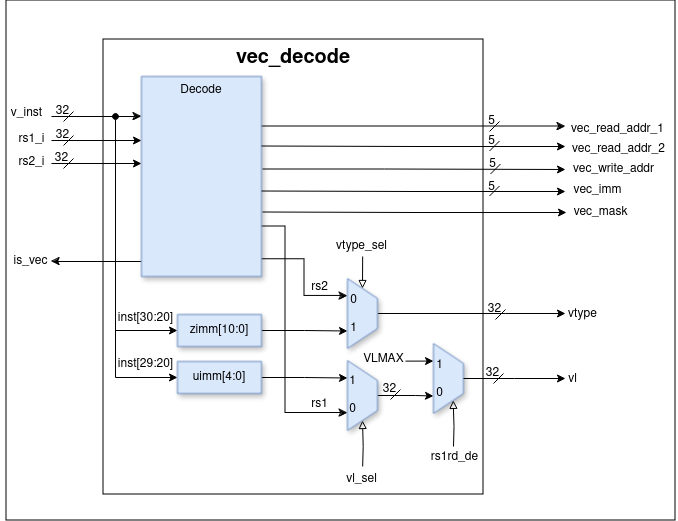
Fazail333/Vector-Co-processor keeps this draw.io diagram as docs/decode-docs/vec-decode.png. Above is the earlier version. Source tidied: cells renumbered, new cells last; positions are measured from the earlier drawing's top-left corner, leaving out a move shared by most shapes.
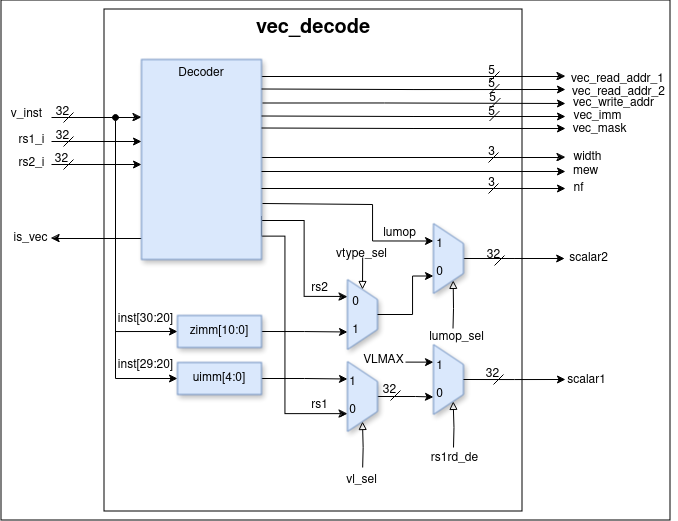
After the commit.

What changed in the source:
```diff
@@ -3,10 +3,10 @@
     <mxCell id="0" />
     <mxCell id="1" parent="0" />
     <mxCell id="2" style="rounded=0;whiteSpace=wrap;html=1;" parent="1" vertex="1">
-      <mxGeometry x="6" width="669" height="520" as="geometry" />
+      <mxGeometry x="1" y="-1" width="669" height="520" as="geometry" />
     </mxCell>
     <mxCell id="3" value="&lt;font style=&quot;font-size: 20px;&quot;&gt;vec_decode&lt;/font&gt;" style="rounded=0;whiteSpace=wrap;html=1;fontSize=20;verticalAlign=top;fontStyle=1;" parent="1" vertex="1">
-      <mxGeometry x="103" y="39" width="380" height="455" as="geometry" />
+      <mxGeometry x="104" y="8" width="418" height="502" as="geometry" />
     </mxCell>
     <mxCell id="4" style="edgeStyle=orthogonalEdgeStyle;rounded=0;orthogonalLoop=1;jettySize=auto;html=1;exitX=0;exitY=0.25;exitDx=0;exitDy=0;entryX=0;entryY=0.25;entryDx=0;entryDy=0;" parent="1" edge="1">
       <mxGeometry relative="1" as="geometry">
@@ -14,106 +14,114 @@
         <mxPoint x="141" y="116" as="targetPoint" />
       </mxGeometry>
     </mxCell>
-    <mxCell id="5" style="edgeStyle=orthogonalEdgeStyle;rounded=0;jettySize=auto;html=1;exitX=1;exitY=0.25;exitDx=0;exitDy=0;" parent="1" edge="1" source="9">
+    <mxCell id="5" style="edgeStyle=orthogonalEdgeStyle;rounded=0;orthogonalLoop=1;jettySize=auto;html=1;exitX=1;exitY=0.25;exitDx=0;exitDy=0;" parent="1" edge="1">
       <mxGeometry relative="1" as="geometry">
-        <mxPoint x="565" y="126" as="targetPoint" />
+        <mxPoint x="261" y="75" as="sourcePoint" />
+        <mxPoint x="565" y="75" as="targetPoint" />
       </mxGeometry>
     </mxCell>
     <mxCell id="6" style="edgeStyle=orthogonalEdgeStyle;rounded=0;orthogonalLoop=1;jettySize=auto;html=1;exitX=0;exitY=0.5;exitDx=0;exitDy=0;" parent="1" edge="1">
       <mxGeometry relative="1" as="geometry">
-        <mxPoint x="141" y="261" as="sourcePoint" />
-        <mxPoint x="51" y="261" as="targetPoint" />
+        <mxPoint x="141" y="237" as="sourcePoint" />
+        <mxPoint x="51" y="237" as="targetPoint" />
       </mxGeometry>
     </mxCell>
-    <mxCell id="7" style="edgeStyle=orthogonalEdgeStyle;rounded=0;jettySize=auto;html=1;exitX=0.994;exitY=0.914;exitDx=0;exitDy=0;entryX=0.25;entryY=1;entryDx=0;entryDy=0;exitPerimeter=0;" parent="1" edge="1" source="9" target="45">
+    <mxCell id="7" style="edgeStyle=orthogonalEdgeStyle;rounded=0;jettySize=auto;html=1;exitX=0.985;exitY=0.808;exitDx=0;exitDy=0;entryX=0.25;entryY=1;entryDx=0;entryDy=0;exitPerimeter=0;" parent="1" edge="1" source="9" target="45">
       <mxGeometry relative="1" as="geometry" />
     </mxCell>
-    <mxCell id="8" style="edgeStyle=orthogonalEdgeStyle;rounded=0;jettySize=auto;html=1;exitX=1;exitY=0.75;exitDx=0;exitDy=0;entryX=0.75;entryY=1;entryDx=0;entryDy=0;" parent="1" edge="1" source="9" target="51">
+    <mxCell id="8" style="edgeStyle=orthogonalEdgeStyle;rounded=0;jettySize=auto;html=1;exitX=1.005;exitY=0.787;exitDx=0;exitDy=0;entryX=0.75;entryY=1;entryDx=0;entryDy=0;exitPerimeter=0;" parent="1" edge="1" source="9" target="51">
       <mxGeometry relative="1" as="geometry">
         <Array as="points">
-          <mxPoint x="285" y="226" />
+          <mxPoint x="262" y="235" />
+          <mxPoint x="285" y="235" />
           <mxPoint x="285" y="412" />
         </Array>
       </mxGeometry>
     </mxCell>
+    <mxCell id="74" style="edgeStyle=orthogonalEdgeStyle;rounded=0;orthogonalLoop=1;jettySize=auto;html=1;exitX=1;exitY=0.75;exitDx=0;exitDy=0;" parent="1" edge="1">
+      <mxGeometry relative="1" as="geometry">
+        <mxPoint x="261" y="156" as="sourcePoint" />
+        <mxPoint x="565" y="156" as="targetPoint" />
+      </mxGeometry>
+    </mxCell>
-    <mxCell id="9" value="Decode" style="rounded=0;whiteSpace=wrap;html=1;verticalAlign=top;fillColor=#dae8fc;strokeColor=#6c8ebf;shadow=1;" parent="1" vertex="1">
-      <mxGeometry x="141" y="76" width="120" height="200" as="geometry" />
+    <mxCell id="9" value="Decoder" style="rounded=0;whiteSpace=wrap;html=1;verticalAlign=top;fillColor=#dae8fc;strokeColor=#6c8ebf;shadow=1;" parent="1" vertex="1">
+      <mxGeometry x="141" y="58" width="120" height="200" as="geometry" />
     </mxCell>
     <mxCell id="10" value="v_inst" style="text;html=1;align=center;verticalAlign=middle;strokeColor=none;fillColor=none;" parent="1" vertex="1">
       <mxGeometry x="1" y="98" width="50" height="30" as="geometry" />
     </mxCell>
     <mxCell id="11" value="vec_read_addr_1" style="text;html=1;align=center;verticalAlign=middle;strokeColor=none;fillColor=none;" parent="1" vertex="1">
-      <mxGeometry x="557" y="114" width="120" height="30" as="geometry" />
+      <mxGeometry x="557" y="63" width="120" height="30" as="geometry" />
     </mxCell>
     <mxCell id="12" style="endArrow=none;html=1;rounded=0;" parent="1" edge="1">
       <mxGeometry relative="1" as="geometry">
-        <mxPoint x="489" y="131" as="sourcePoint" />
-        <mxPoint x="499" y="121" as="targetPoint" />
+        <mxPoint x="489" y="80" as="sourcePoint" />
+        <mxPoint x="499" y="70" as="targetPoint" />
       </mxGeometry>
     </mxCell>
     <mxCell id="13" value="5" style="text;html=1;align=center;verticalAlign=middle;strokeColor=none;fillColor=none;" parent="1" vertex="1">
-      <mxGeometry x="476" y="106" width="30" height="30" as="geometry" />
+      <mxGeometry x="476" y="55" width="30" height="30" as="geometry" />
     </mxCell>
     <mxCell id="14" style="edgeStyle=orthogonalEdgeStyle;rounded=0;orthogonalLoop=1;jettySize=auto;html=1;exitX=1;exitY=0.25;exitDx=0;exitDy=0;" parent="1" edge="1">
       <mxGeometry relative="1" as="geometry">
-        <mxPoint x="261" y="145.5" as="sourcePoint" />
-        <mxPoint x="565" y="146" as="targetPoint" />
+        <mxPoint x="261" y="87.5" as="sourcePoint" />
+        <mxPoint x="565" y="88" as="targetPoint" />
       </mxGeometry>
     </mxCell>
     <mxCell id="15" value="vec_read_addr_2" style="text;html=1;align=center;verticalAlign=middle;strokeColor=none;fillColor=none;" parent="1" vertex="1">
-      <mxGeometry x="558" y="134" width="120" height="30" as="geometry" />
+      <mxGeometry x="558" y="76" width="120" height="30" as="geometry" />
     </mxCell>
     <mxCell id="16" style="endArrow=none;html=1;rounded=0;" parent="1" edge="1">
       <mxGeometry relative="1" as="geometry">
-        <mxPoint x="489" y="150.5" as="sourcePoint" />
-        <mxPoint x="499" y="140.5" as="targetPoint" />
+        <mxPoint x="489" y="92.5" as="sourcePoint" />
+        <mxPoint x="499" y="82.5" as="targetPoint" />
       </mxGeometry>
     </mxCell>
     <mxCell id="17" value="5" style="text;html=1;align=center;verticalAlign=middle;strokeColor=none;fillColor=none;" parent="1" vertex="1">
-      <mxGeometry x="476" y="125.5" width="30" height="30" as="geometry" />
+      <mxGeometry x="476" y="67.5" width="30" height="30" as="geometry" />
     </mxCell>
     <mxCell id="18" style="edgeStyle=orthogonalEdgeStyle;rounded=0;orthogonalLoop=1;jettySize=auto;html=1;exitX=1;exitY=0.25;exitDx=0;exitDy=0;" parent="1" edge="1">
       <mxGeometry relative="1" as="geometry">
-        <mxPoint x="262" y="168.5" as="sourcePoint" />
-        <mxPoint x="565" y="169" as="targetPoint" />
+        <mxPoint x="262" y="101.5" as="sourcePoint" />
+        <mxPoint x="565" y="102" as="targetPoint" />
         <Array as="points">
-          <mxPoint x="384" y="169" />
-          <mxPoint x="505" y="169" />
+          <mxPoint x="384" y="102" />
+          <mxPoint x="505" y="102" />
         </Array>
       </mxGeometry>
     </mxCell>
     <mxCell id="19" value="vec_write_addr" style="text;html=1;align=center;verticalAlign=middle;strokeColor=none;fillColor=none;" parent="1" vertex="1">
-      <mxGeometry x="563" y="153.5" width="100" height="30" as="geometry" />
+      <mxGeometry x="563" y="86.5" width="100" height="30" as="geometry" />
     </mxCell>
     <mxCell id="20" style="endArrow=none;html=1;rounded=0;" parent="1" edge="1">
       <mxGeometry relative="1" as="geometry">
-        <mxPoint x="490" y="173.5" as="sourcePoint" />
-        <mxPoint x="500" y="163.5" as="targetPoint" />
+        <mxPoint x="490" y="106.5" as="sourcePoint" />
+        <mxPoint x="500" y="96.5" as="targetPoint" />
       </mxGeometry>
     </mxCell>
     <mxCell id="21" value="5" style="text;html=1;align=center;verticalAlign=middle;strokeColor=none;fillColor=none;" parent="1" vertex="1">
-      <mxGeometry x="477" y="148.5" width="30" height="30" as="geometry" />
+      <mxGeometry x="477" y="81.5" width="30" height="30" as="geometry" />
     </mxCell>
     <mxCell id="22" style="edgeStyle=orthogonalEdgeStyle;rounded=0;orthogonalLoop=1;jettySize=auto;html=1;exitX=1;exitY=0.25;exitDx=0;exitDy=0;" parent="1" edge="1">
       <mxGeometry relative="1" as="geometry">
-        <mxPoint x="261" y="190.5" as="sourcePoint" />
-        <mxPoint x="565" y="191" as="targetPoint" />
+        <mxPoint x="261" y="114.5" as="sourcePoint" />
+        <mxPoint x="565" y="115" as="targetPoint" />
       </mxGeometry>
     </mxCell>
     <mxCell id="23" value="vec_imm" style="text;html=1;align=center;verticalAlign=middle;strokeColor=none;fillColor=none;" parent="1" vertex="1">
-      <mxGeometry x="562" y="174.5" width="70" height="30" as="geometry" />
+      <mxGeometry x="562" y="99.5" width="70" height="30" as="geometry" />
     </mxCell>
     <mxCell id="24" style="endArrow=none;html=1;rounded=0;" parent="1" edge="1">
       <mxGeometry relative="1" as="geometry">
-        <mxPoint x="489" y="195.5" as="sourcePoint" />
-        <mxPoint x="499" y="185.5" as="targetPoint" />
+        <mxPoint x="489" y="119.5" as="sourcePoint" />
+        <mxPoint x="499" y="109.5" as="targetPoint" />
       </mxGeometry>
     </mxCell>
     <mxCell id="25" value="5" style="text;html=1;align=center;verticalAlign=middle;strokeColor=none;fillColor=none;" parent="1" vertex="1">
-      <mxGeometry x="476" y="171.5" width="30" height="30" as="geometry" />
+      <mxGeometry x="476" y="95.5" width="30" height="30" as="geometry" />
     </mxCell>
     <mxCell id="26" value="is_vec" style="text;html=1;align=center;verticalAlign=middle;strokeColor=none;fillColor=none;" parent="1" vertex="1">
-      <mxGeometry y="246" width="60" height="30" as="geometry" />
+      <mxGeometry y="222" width="60" height="30" as="geometry" />
     </mxCell>
     <mxCell id="27" style="endArrow=none;html=1;rounded=0;" parent="1" edge="1">
       <mxGeometry relative="1" as="geometry">
@@ -188,15 +196,6 @@
     <mxCell id="42" value="&lt;div&gt;uimm[4:0]&lt;/div&gt;" style="rounded=0;whiteSpace=wrap;html=1;fillColor=#dae8fc;strokeColor=#6c8ebf;shadow=1;" parent="1" vertex="1">
       <mxGeometry x="177" y="361" width="84" height="32" as="geometry" />
     </mxCell>
-    <mxCell id="43" style="edgeStyle=orthogonalEdgeStyle;rounded=0;jettySize=auto;html=1;exitX=0.5;exitY=0;exitDx=0;exitDy=0;" parent="1" edge="1" source="45">
-      <mxGeometry relative="1" as="geometry">
-        <mxPoint x="565" y="313" as="targetPoint" />
-        <Array as="points">
-          <mxPoint x="505" y="313" />
-          <mxPoint x="505" y="313" />
-        </Array>
-      </mxGeometry>
-    </mxCell>
     <mxCell id="44" style="edgeStyle=orthogonalEdgeStyle;rounded=0;jettySize=auto;html=1;exitX=0;exitY=0.5;exitDx=0;exitDy=0;entryX=0;entryY=0.5;entryDx=0;entryDy=0;endArrow=block;endFill=0;" parent="1" edge="1" target="45">
       <mxGeometry relative="1" as="geometry">
         <mxPoint x="362.2" y="256" as="sourcePoint" />
@@ -210,12 +209,12 @@
     </mxCell>
     <mxCell id="47" style="endArrow=none;html=1;rounded=0;" parent="1" edge="1">
       <mxGeometry relative="1" as="geometry">
-        <mxPoint x="495" y="319" as="sourcePoint" />
-        <mxPoint x="505" y="309" as="targetPoint" />
+        <mxPoint x="494" y="264" as="sourcePoint" />
+        <mxPoint x="504" y="254" as="targetPoint" />
       </mxGeometry>
     </mxCell>
     <mxCell id="48" value="&lt;div&gt;32&lt;/div&gt;" style="text;html=1;align=center;verticalAlign=middle;strokeColor=none;fillColor=none;" parent="1" vertex="1">
-      <mxGeometry x="474" y="294" width="40" height="30" as="geometry" />
+      <mxGeometry x="473" y="239" width="40" height="30" as="geometry" />
     </mxCell>
     <mxCell id="49" style="edgeStyle=orthogonalEdgeStyle;rounded=0;jettySize=auto;html=1;exitX=0.5;exitY=0;exitDx=0;exitDy=0;entryX=0.75;entryY=1;entryDx=0;entryDy=0;" parent="1" edge="1" source="51" target="61">
       <mxGeometry relative="1" as="geometry">
@@ -246,7 +245,7 @@
       <mxGeometry x="299" y="389" width="40" height="30" as="geometry" />
     </mxCell>
     <mxCell id="55" value="vtype_sel" style="text;html=1;align=center;verticalAlign=middle;strokeColor=none;fillColor=none;" parent="1" vertex="1">
-      <mxGeometry x="326" y="231" width="70" height="30" as="geometry" />
+      <mxGeometry x="326" y="238" width="70" height="30" as="geometry" />
     </mxCell>
     <mxCell id="56" value="vl_sel" style="text;html=1;align=center;verticalAlign=middle;strokeColor=none;fillColor=none;" parent="1" vertex="1">
       <mxGeometry x="336" y="464" width="50" height="30" as="geometry" />
@@ -287,17 +286,14 @@
     <mxCell id="66" value="&lt;div&gt;1&lt;/div&gt;&lt;div&gt;&lt;br&gt;&lt;/div&gt;&lt;div&gt;0&lt;br&gt;&lt;/div&gt;" style="text;html=1;align=center;verticalAlign=middle;strokeColor=none;fillColor=none;" parent="1" vertex="1">
       <mxGeometry x="337" y="365" width="30" height="60" as="geometry" />
     </mxCell>
-    <mxCell id="67" value="&lt;div&gt;0&lt;/div&gt;&lt;div&gt;&lt;br&gt;&lt;/div&gt;&lt;div&gt;1&lt;br&gt;&lt;/div&gt;" style="text;html=1;align=center;verticalAlign=middle;strokeColor=none;fillColor=none;" parent="1" vertex="1">
-      <mxGeometry x="338" y="284" width="30" height="60" as="geometry" />
-    </mxCell>
     <mxCell id="68" style="edgeStyle=orthogonalEdgeStyle;rounded=0;orthogonalLoop=1;jettySize=auto;html=1;exitX=1;exitY=0.25;exitDx=0;exitDy=0;" parent="1" edge="1">
       <mxGeometry relative="1" as="geometry">
-        <mxPoint x="262" y="211.5" as="sourcePoint" />
-        <mxPoint x="566" y="212" as="targetPoint" />
+        <mxPoint x="261" y="126.5" as="sourcePoint" />
+        <mxPoint x="565" y="127" as="targetPoint" />
       </mxGeometry>
     </mxCell>
     <mxCell id="69" value="vec_mask" style="text;html=1;align=center;verticalAlign=middle;strokeColor=none;fillColor=none;" parent="1" vertex="1">
-      <mxGeometry x="560" y="197" width="80" height="30" as="geometry" />
+      <mxGeometry x="559" y="113" width="80" height="30" as="geometry" />
     </mxCell>
     <mxCell id="70" style="endArrow=none;html=1;rounded=0;" parent="1" edge="1">
       <mxGeometry relative="1" as="geometry">
@@ -308,11 +304,93 @@
     <mxCell id="71" value="&lt;div&gt;32&lt;/div&gt;" style="text;html=1;align=center;verticalAlign=middle;strokeColor=none;fillColor=none;" parent="1" vertex="1">
       <mxGeometry x="472" y="358" width="40" height="30" as="geometry" />
     </mxCell>
-    <mxCell id="72" value="vtype" style="text;html=1;align=center;verticalAlign=middle;strokeColor=none;fillColor=none;" parent="1" vertex="1">
-      <mxGeometry x="557" y="299" width="50" height="30" as="geometry" />
+    <mxCell id="72" value="&lt;div&gt;scalar2&lt;/div&gt;" style="text;html=1;align=center;verticalAlign=middle;strokeColor=none;fillColor=none;" parent="1" vertex="1">
+      <mxGeometry x="558" y="242" width="60" height="30" as="geometry" />
     </mxCell>
-    <mxCell id="73" value="vl" style="text;html=1;align=center;verticalAlign=middle;strokeColor=none;fillColor=none;" parent="1" vertex="1">
-      <mxGeometry x="557" y="364" width="30" height="30" as="geometry" />
+    <mxCell id="73" value="scalar1" style="text;html=1;align=center;verticalAlign=middle;strokeColor=none;fillColor=none;" parent="1" vertex="1">
+      <mxGeometry x="556" y="364" width="60" height="30" as="geometry" />
     </mxCell>
+    <mxCell id="75" value="lumop" style="text;html=1;align=center;verticalAlign=middle;strokeColor=none;fillColor=none;" parent="1" vertex="1">
+      <mxGeometry x="369" y="217" width="60" height="30" as="geometry" />
+    </mxCell>
+    <mxCell id="76" value="width" style="text;html=1;align=center;verticalAlign=middle;strokeColor=none;fillColor=none;" parent="1" vertex="1">
+      <mxGeometry x="564" y="143" width="46" height="26" as="geometry" />
+    </mxCell>
+    <mxCell id="77" style="edgeStyle=orthogonalEdgeStyle;rounded=0;orthogonalLoop=1;jettySize=auto;html=1;exitX=1;exitY=0.75;exitDx=0;exitDy=0;" parent="1" edge="1">
+      <mxGeometry relative="1" as="geometry">
+        <mxPoint x="261" y="170" as="sourcePoint" />
+        <mxPoint x="565" y="170" as="targetPoint" />
+      </mxGeometry>
+    </mxCell>
+    <mxCell id="78" value="mew" style="text;html=1;align=center;verticalAlign=middle;strokeColor=none;fillColor=none;" parent="1" vertex="1">
+      <mxGeometry x="563" y="157" width="43" height="26" as="geometry" />
+    </mxCell>
+    <mxCell id="79" style="endArrow=none;html=1;rounded=0;" parent="1" edge="1">
+      <mxGeometry relative="1" as="geometry">
+        <mxPoint x="488" y="161" as="sourcePoint" />
+        <mxPoint x="498" y="151" as="targetPoint" />
+      </mxGeometry>
+    </mxCell>
+    <mxCell id="80" value="3" style="text;html=1;align=center;verticalAlign=middle;strokeColor=none;fillColor=none;" parent="1" vertex="1">
+      <mxGeometry x="478" y="138" width="25" height="26" as="geometry" />
+    </mxCell>
+    <mxCell id="81" style="edgeStyle=orthogonalEdgeStyle;rounded=0;orthogonalLoop=1;jettySize=auto;html=1;exitX=1;exitY=0.75;exitDx=0;exitDy=0;" parent="1" edge="1">
+      <mxGeometry relative="1" as="geometry">
+        <mxPoint x="261" y="187" as="sourcePoint" />
+        <mxPoint x="565" y="187" as="targetPoint" />
+      </mxGeometry>
+    </mxCell>
+    <mxCell id="82" value="nf" style="text;html=1;align=center;verticalAlign=middle;strokeColor=none;fillColor=none;" parent="1" vertex="1">
+      <mxGeometry x="564" y="174" width="28" height="26" as="geometry" />
+    </mxCell>
+    <mxCell id="83" style="endArrow=none;html=1;rounded=0;" parent="1" edge="1">
+      <mxGeometry relative="1" as="geometry">
+        <mxPoint x="488" y="192" as="sourcePoint" />
+        <mxPoint x="498" y="182" as="targetPoint" />
+      </mxGeometry>
+    </mxCell>
+    <mxCell id="84" value="3" style="text;html=1;align=center;verticalAlign=middle;strokeColor=none;fillColor=none;" parent="1" vertex="1">
+      <mxGeometry x="478" y="169" width="25" height="26" as="geometry" />
+    </mxCell>
+    <mxCell id="85" style="edgeStyle=orthogonalEdgeStyle;rounded=0;jettySize=auto;html=1;exitX=1;exitY=0.75;exitDx=0;exitDy=0;entryX=0.25;entryY=1;entryDx=0;entryDy=0;" parent="1" edge="1" target="89">
+      <mxGeometry relative="1" as="geometry">
+        <mxPoint x="262" y="202" as="sourcePoint" />
+        <Array as="points">
+          <mxPoint x="262" y="203" />
+          <mxPoint x="372" y="203" />
+          <mxPoint x="372" y="240" />
+        </Array>
+      </mxGeometry>
+    </mxCell>
+    <mxCell id="86" style="edgeStyle=orthogonalEdgeStyle;rounded=0;jettySize=auto;html=1;exitX=0.5;exitY=0;exitDx=0;exitDy=0;entryX=0.75;entryY=1;entryDx=0;entryDy=0;" parent="1" edge="1" source="45" target="89">
+      <mxGeometry relative="1" as="geometry">
+        <Array as="points">
+          <mxPoint x="412" y="313" />
+          <mxPoint x="412" y="275" />
+        </Array>
+      </mxGeometry>
+    </mxCell>
+    <mxCell id="87" style="edgeStyle=orthogonalEdgeStyle;rounded=0;jettySize=auto;html=1;exitX=0.5;exitY=0;exitDx=0;exitDy=0;" parent="1" edge="1" source="89">
+      <mxGeometry relative="1" as="geometry">
+        <mxPoint x="564.2" y="257" as="targetPoint" />
+      </mxGeometry>
+    </mxCell>
+    <mxCell id="88" style="edgeStyle=orthogonalEdgeStyle;rounded=0;jettySize=auto;html=1;exitX=1;exitY=0.25;exitDx=0;exitDy=0;entryX=1;entryY=0.25;entryDx=0;entryDy=0;endArrow=block;endFill=0;" parent="1" edge="1" target="89">
+      <mxGeometry relative="1" as="geometry">
+        <mxPoint x="452.5" y="327" as="sourcePoint" />
+      </mxGeometry>
+    </mxCell>
+    <mxCell id="89" style="shape=trapezoid;perimeter=trapezoidPerimeter;whiteSpace=wrap;html=1;fixedSize=1;rotation=90;fillColor=#dae8fc;strokeColor=#6c8ebf;shadow=1;" parent="1" vertex="1">
+      <mxGeometry x="413" y="242" width="70" height="30" as="geometry" />
+    </mxCell>
+    <mxCell id="90" value="lumop_sel" style="text;html=1;align=center;verticalAlign=middle;strokeColor=none;fillColor=none;" parent="1" vertex="1">
+      <mxGeometry x="419" y="323" width="73" height="26" as="geometry" />
+    </mxCell>
+    <mxCell id="91" value="&lt;div&gt;1&lt;/div&gt;&lt;div&gt;&lt;br&gt;&lt;/div&gt;&lt;div&gt;0&lt;br&gt;&lt;/div&gt;" style="text;html=1;align=center;verticalAlign=middle;strokeColor=none;fillColor=none;" parent="1" vertex="1">
+      <mxGeometry x="424" y="227" width="30" height="60" as="geometry" />
+    </mxCell>
+    <mxCell id="67" value="&lt;div&gt;0&lt;/div&gt;&lt;div&gt;&lt;br&gt;&lt;/div&gt;&lt;div&gt;1&lt;br&gt;&lt;/div&gt;" style="text;html=1;align=center;verticalAlign=middle;strokeColor=none;fillColor=none;" parent="1" vertex="1">
+      <mxGeometry x="342" y="287" width="25" height="55" as="geometry" />
+    </mxCell>
   </root>
 </mxGraphModel>
```
